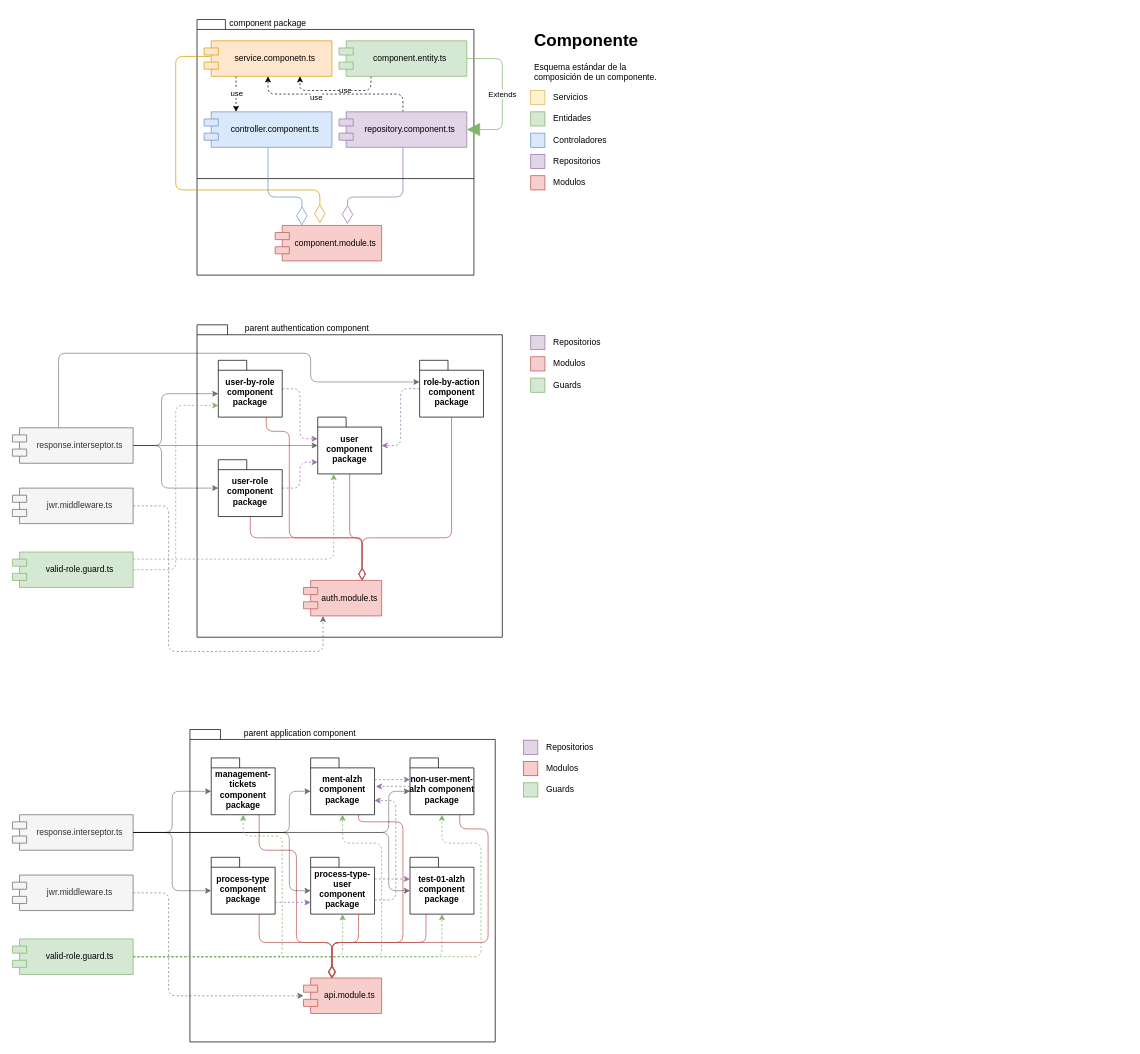
Above: Diagrama_componentes.drawio in davinzifc/diagrams (draw.io), before the change. Source tidied: cells renumbered, new cells numbered last; positions are measured from the earlier drawing's top-left corner, leaving out a move shared by most shapes. Both pictures are drawn from the tidied source at 71%, with x=0, y=0 at pixel (12, 12).
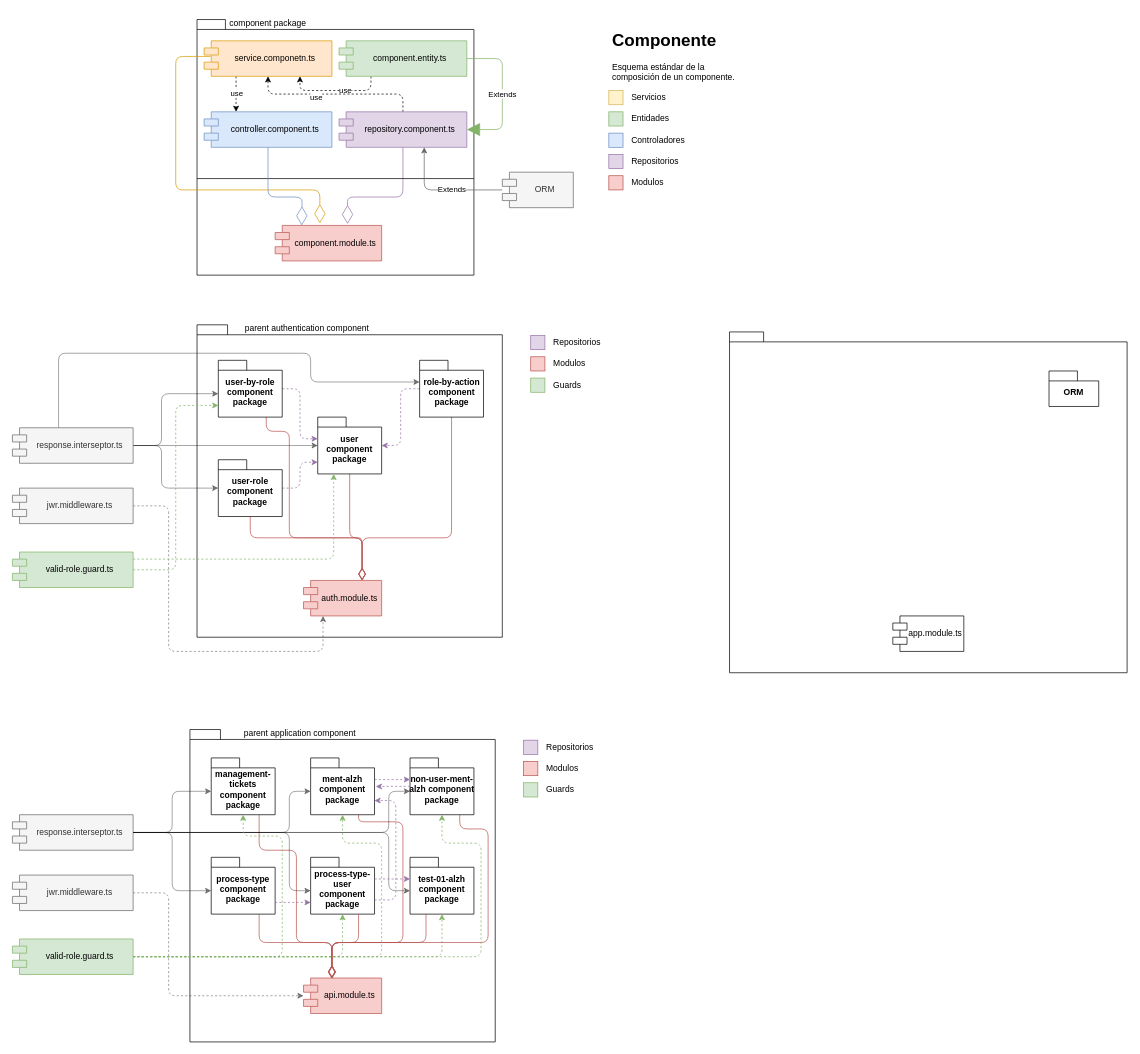
The same page after the edit.

Change to the diagram source:
```diff
@@
     <mxCell id="20" value="&lt;h1&gt;Componente&lt;/h1&gt;&lt;p&gt;Esquema estándar de la composición de un componente.&lt;br&gt;&lt;/p&gt;" style="text;html=1;strokeColor=none;fillColor=none;spacing=5;spacingTop=-20;whiteSpace=wrap;overflow=hidden;rounded=0;" parent="1" vertex="1">
-      <mxGeometry x="730" y="20" width="190" height="120" as="geometry" />
+      <mxGeometry x="840" y="20" width="190" height="120" as="geometry" />
     </mxCell>
     <mxCell id="21" style="whiteSpace=wrap;html=1;fillColor=#fff2cc;strokeColor=#d6b656;" parent="1" vertex="1">
-      <mxGeometry x="730" y="110" width="20" height="20" as="geometry" />
+      <mxGeometry x="840" y="110" width="20" height="20" as="geometry" />
     </mxCell>
     <mxCell id="22" style="whiteSpace=wrap;html=1;fillColor=#d5e8d4;strokeColor=#82b366;" parent="1" vertex="1">
-      <mxGeometry x="730" y="140" width="20" height="20" as="geometry" />
+      <mxGeometry x="840" y="140" width="20" height="20" as="geometry" />
     </mxCell>
     <mxCell id="23" style="whiteSpace=wrap;html=1;fillColor=#dae8fc;strokeColor=#6c8ebf;" parent="1" vertex="1">
-      <mxGeometry x="730" y="170" width="20" height="20" as="geometry" />
+      <mxGeometry x="840" y="170" width="20" height="20" as="geometry" />
     </mxCell>
     <mxCell id="24" style="whiteSpace=wrap;html=1;fillColor=#e1d5e7;strokeColor=#9673a6;" parent="1" vertex="1">
-      <mxGeometry x="730" y="200" width="20" height="20" as="geometry" />
+      <mxGeometry x="840" y="200" width="20" height="20" as="geometry" />
     </mxCell>
     <mxCell id="25" style="whiteSpace=wrap;html=1;fillColor=#f8cecc;strokeColor=#b85450;" parent="1" vertex="1">
-      <mxGeometry x="730" y="230" width="20" height="20" as="geometry" />
+      <mxGeometry x="840" y="230" width="20" height="20" as="geometry" />
     </mxCell>
     <mxCell id="26" value="Servicios" style="text;html=1;strokeColor=none;fillColor=none;align=left;verticalAlign=middle;whiteSpace=wrap;rounded=0;" parent="1" vertex="1">
-      <mxGeometry x="760" y="105" width="60" height="30" as="geometry" />
+      <mxGeometry x="870" y="105" width="60" height="30" as="geometry" />
     </mxCell>
     <mxCell id="27" value="Entidades" style="text;html=1;strokeColor=none;fillColor=none;align=left;verticalAlign=middle;whiteSpace=wrap;rounded=0;" parent="1" vertex="1">
-      <mxGeometry x="760" y="135" width="60" height="30" as="geometry" />
+      <mxGeometry x="870" y="135" width="60" height="30" as="geometry" />
     </mxCell>
     <mxCell id="28" value="Controladores" style="text;html=1;strokeColor=none;fillColor=none;align=left;verticalAlign=middle;whiteSpace=wrap;rounded=0;" parent="1" vertex="1">
-      <mxGeometry x="760" y="165" width="80" height="30" as="geometry" />
+      <mxGeometry x="870" y="165" width="80" height="30" as="geometry" />
     </mxCell>
     <mxCell id="29" value="Repositorios" style="text;html=1;strokeColor=none;fillColor=none;align=left;verticalAlign=middle;whiteSpace=wrap;rounded=0;" parent="1" vertex="1">
-      <mxGeometry x="760" y="195" width="90" height="30" as="geometry" />
+      <mxGeometry x="870" y="195" width="90" height="30" as="geometry" />
     </mxCell>
     <mxCell id="30" value="Modulos" style="text;html=1;strokeColor=none;fillColor=none;align=left;verticalAlign=middle;whiteSpace=wrap;rounded=0;" parent="1" vertex="1">
-      <mxGeometry x="760" y="225" width="60" height="30" as="geometry" />
+      <mxGeometry x="870" y="225" width="60" height="30" as="geometry" />
     </mxCell>
@@
+    <mxCell id="102" style="shape=folder;fontStyle=1;spacingTop=10;tabWidth=40;tabHeight=14;tabPosition=left;html=1;whiteSpace=wrap;" parent="1" vertex="1">
+      <mxGeometry x="1010" y="450" width="560" height="480" as="geometry" />
+    </mxCell>
+    <mxCell id="103" value="app.module.ts" style="shape=module;align=left;spacingLeft=20;align=center;verticalAlign=middle;whiteSpace=wrap;html=1;" parent="1" vertex="1">
+      <mxGeometry x="1240" y="850" width="100" height="50" as="geometry" />
+    </mxCell>
+    <mxCell id="104" value="ORM" style="shape=folder;fontStyle=1;spacingTop=10;tabWidth=40;tabHeight=14;tabPosition=left;html=1;whiteSpace=wrap;" parent="1" vertex="1">
+      <mxGeometry x="1460" y="505" width="70" height="50" as="geometry" />
+    </mxCell>
+    <mxCell id="105" style="edgeStyle=orthogonalEdgeStyle;jettySize=auto;html=1;fillColor=#f5f5f5;strokeColor=#666666;rounded=1;" parent="1" edge="1" source="107">
+      <mxGeometry relative="1" as="geometry">
+        <mxPoint x="580" y="190" as="targetPoint" />
+        <Array as="points">
+          <mxPoint x="580" y="250" />
+          <mxPoint x="580" y="190" />
+        </Array>
+      </mxGeometry>
+    </mxCell>
+    <mxCell id="106" value="Extends" style="edgeLabel;html=1;align=center;verticalAlign=middle;" parent="105" vertex="1">
+      <mxGeometry x="-0.15" y="-1" relative="1" as="geometry" />
+    </mxCell>
+    <mxCell id="107" value="ORM" style="shape=module;align=left;spacingLeft=20;align=center;verticalAlign=middle;whiteSpace=wrap;html=1;fillColor=#f5f5f5;fontColor=#333333;strokeColor=#666666;" parent="1" vertex="1">
+      <mxGeometry x="690" y="225" width="100" height="50" as="geometry" />
+    </mxCell>
```
